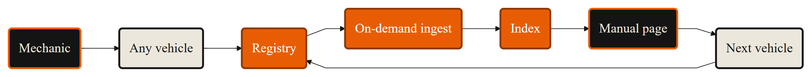
The Mermaid diagram docs/pitches/long-lake/second-deployment.png in lxorb/mechanica, before a commit. Its source is kept beside it as docs/pitches/long-lake/second-deployment.mmd. The source it was exported from:
```mermaid
%%{init: {"theme":"base","themeVariables":{"fontSize":"21px","lineColor":"#141414","primaryColor":"#ece7dc","primaryTextColor":"#141414","primaryBorderColor":"#141414","background":"#ffffff"},"flowchart":{"curve":"linear","htmlLabels":false,"nodeSpacing":40,"rankSpacing":48,"padding":16,"useMaxWidth":false}}}%%
flowchart TB
  subgraph R1[" "]
    direction LR
    MECH("Mechanic"):::ends --> ANY("Any vehicle"):::ours --> REG("Registry"):::them --> ING("On-demand ingest"):::them
  end
  subgraph R2[" "]
    direction LR
    IDX("Index"):::them --> PAGE("Manual page"):::ends --> NEXT("Next vehicle"):::ours
  end

  R1 --> R2

  classDef ends fill:#141414,stroke:#e85d04,stroke-width:3px,color:#ece7dc
  classDef ours fill:#ece7dc,stroke:#141414,stroke-width:3px,color:#141414
  classDef them fill:#e85d04,stroke:#8f3a02,stroke-width:3px,color:#ffffff
  style R1 fill:none,stroke:none
  style R2 fill:none,stroke:none
```
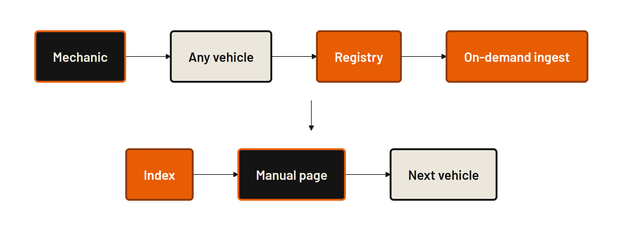
After the change.

What changed in the source:
```diff
@@ -1,4 +1,4 @@
-%%{init: {"theme":"base","themeVariables":{"fontSize":"21px","lineColor":"#141414","primaryColor":"#ece7dc","primaryTextColor":"#141414","primaryBorderColor":"#141414","background":"#ffffff"},"flowchart":{"curve":"linear","htmlLabels":false,"nodeSpacing":40,"rankSpacing":48,"padding":16,"useMaxWidth":false}}}%%
+%%{init: {"theme":"base","htmlLabels":false,"themeVariables":{"fontSize":"21px","fontFamily":"Barlow","lineColor":"#141414","primaryColor":"#ece7dc","primaryTextColor":"#141414","primaryBorderColor":"#141414","background":"#ffffff"},"flowchart":{"curve":"linear","htmlLabels":false,"nodeSpacing":40,"rankSpacing":48,"padding":28,"useMaxWidth":false}}}%%
 flowchart TB
   subgraph R1[" "]
     direction LR
```
